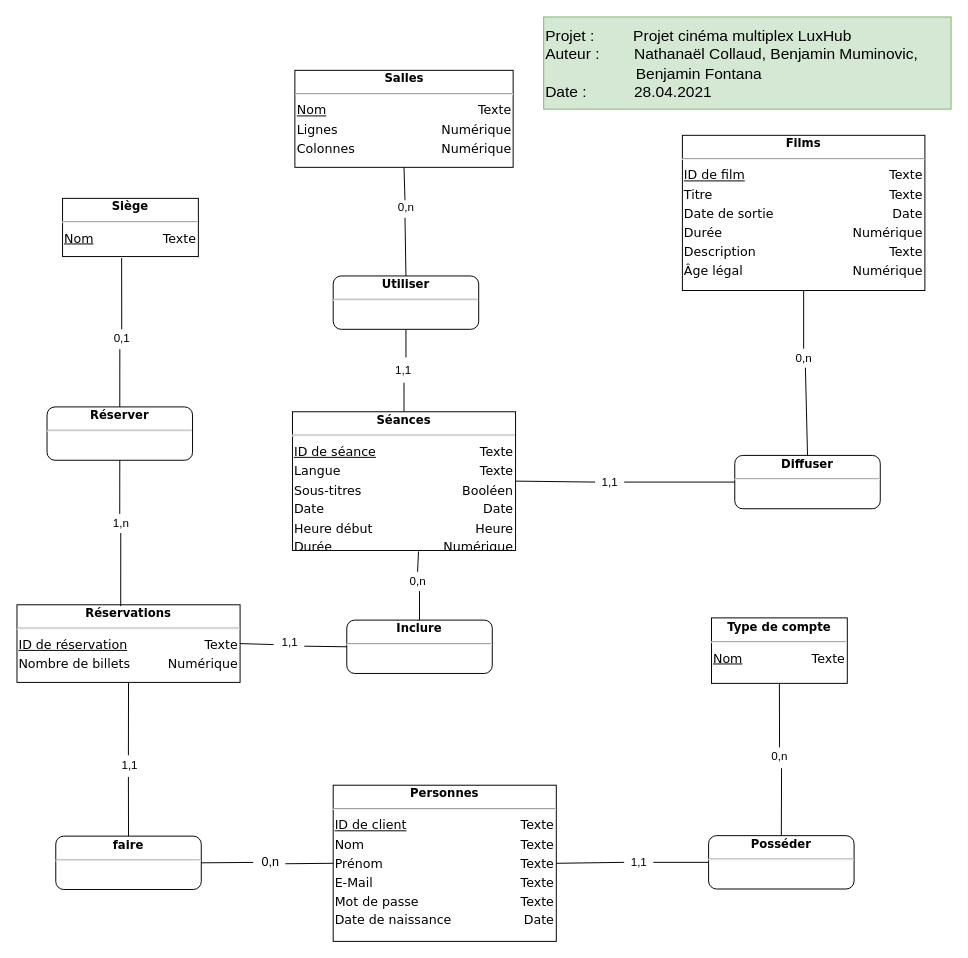
Above: doc/MCD/MCD.drawio in benjaminMum/LuxHub (draw.io), before the change. Source tidied: cells renumbered, new cells numbered last; positions are measured from the earlier drawing's top-left corner, leaving out a move shared by most shapes. Both pictures are drawn from the tidied source at 97%, with x=0, y=0 at pixel (16, 16).
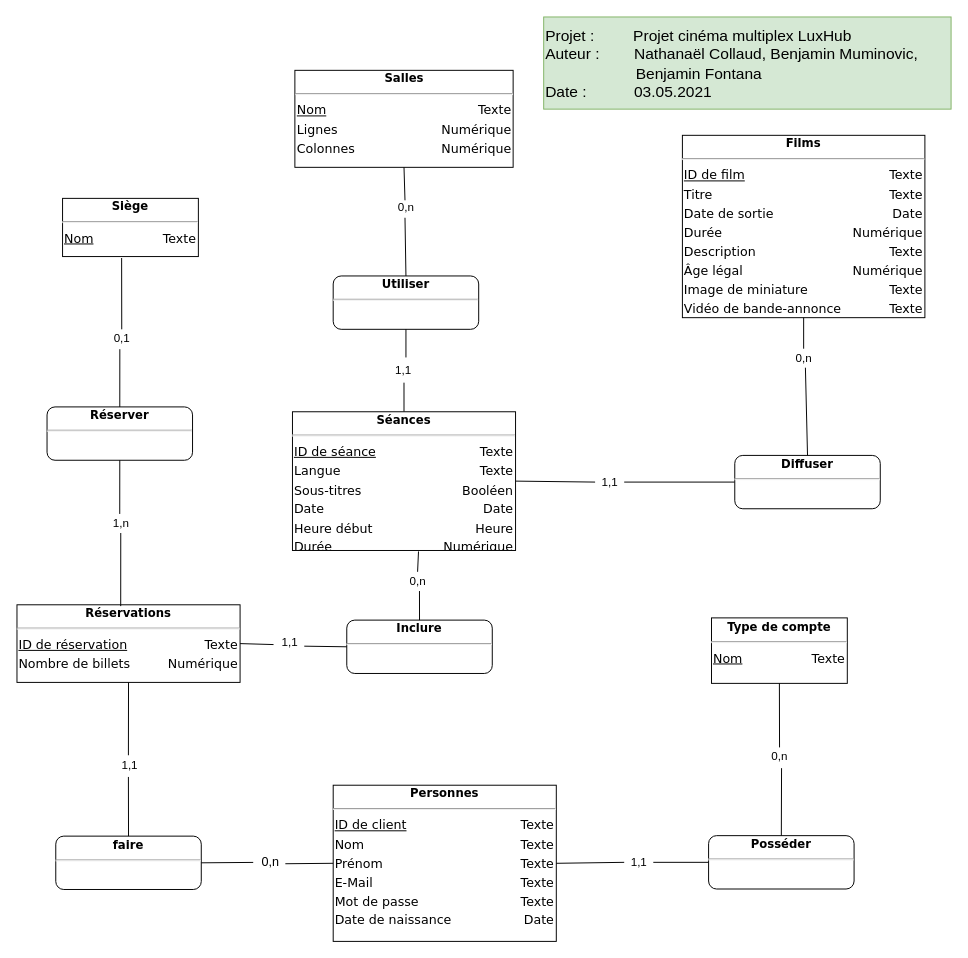
Above is the later version.

Change to the diagram source:
```diff
@@
-    <mxCell id="2" value="Projet :&amp;nbsp; &amp;nbsp; &amp;nbsp; &amp;nbsp; &amp;nbsp;Projet cinéma multiplex LuxHub&lt;br&gt;&lt;span style=&quot;text-align: center&quot;&gt;Auteur :&amp;nbsp; &amp;nbsp; &amp;nbsp; &amp;nbsp; Nathanaël Collaud, Benjamin Muminovic,&amp;nbsp; &amp;nbsp; &amp;nbsp; &amp;nbsp; &amp;nbsp; &amp;nbsp; &amp;nbsp; &amp;nbsp; &amp;nbsp; &amp;nbsp; &amp;nbsp; &amp;nbsp; &amp;nbsp; &amp;nbsp; &amp;nbsp;Benjamin Fontana&lt;/span&gt;&lt;br&gt;&lt;div&gt;Date :&amp;nbsp; &amp;nbsp; &amp;nbsp; &amp;nbsp; &amp;nbsp; &amp;nbsp;28.04.2021&lt;/div&gt;" style="rounded=0;whiteSpace=wrap;html=1;labelBackgroundColor=none;strokeColor=#82b366;fontSize=16;align=left;fillColor=#d5e8d4;" parent="1" vertex="1">
+    <mxCell id="2" value="Projet :&amp;nbsp; &amp;nbsp; &amp;nbsp; &amp;nbsp; &amp;nbsp;Projet cinéma multiplex LuxHub&lt;br&gt;&lt;span style=&quot;text-align: center&quot;&gt;Auteur :&amp;nbsp; &amp;nbsp; &amp;nbsp; &amp;nbsp; Nathanaël Collaud, Benjamin Muminovic,&amp;nbsp; &amp;nbsp; &amp;nbsp; &amp;nbsp; &amp;nbsp; &amp;nbsp; &amp;nbsp; &amp;nbsp; &amp;nbsp; &amp;nbsp; &amp;nbsp; &amp;nbsp; &amp;nbsp; &amp;nbsp; &amp;nbsp;Benjamin Fontana&lt;/span&gt;&lt;br&gt;&lt;div&gt;Date :&amp;nbsp; &amp;nbsp; &amp;nbsp; &amp;nbsp; &amp;nbsp; &amp;nbsp;03.05.2021&lt;/div&gt;" style="rounded=0;whiteSpace=wrap;html=1;labelBackgroundColor=none;strokeColor=#82b366;fontSize=16;align=left;fillColor=#d5e8d4;" parent="1" vertex="1">
       <mxGeometry x="543" width="420" height="95" as="geometry" />
     </mxCell>
@@
-    <mxCell id="8" value="&lt;div style=&quot;box-sizing: border-box ; width: 100% ; padding: 2px&quot;&gt;&lt;span style=&quot;background-color: rgb(255 , 255 , 255)&quot;&gt;&lt;b&gt;Films&lt;/b&gt;&lt;/span&gt;&lt;/div&gt;&lt;hr&gt;&lt;table style=&quot;width: 100% ; font-size: 1em&quot; cellpadding=&quot;2&quot; cellspacing=&quot;0&quot;&gt;&lt;tbody style=&quot;font-size: 13px&quot;&gt;&lt;tr&gt;&lt;td style=&quot;text-align: left&quot;&gt;&lt;u&gt;ID de film&lt;/u&gt;&lt;/td&gt;&lt;td style=&quot;text-align: right&quot;&gt;Texte&lt;/td&gt;&lt;/tr&gt;&lt;tr&gt;&lt;td style=&quot;text-align: left&quot;&gt;Titre&lt;/td&gt;&lt;td style=&quot;text-align: right&quot;&gt;Texte&lt;/td&gt;&lt;/tr&gt;&lt;tr&gt;&lt;td style=&quot;text-align: left&quot;&gt;Date de sortie&lt;/td&gt;&lt;td style=&quot;text-align: right&quot;&gt;Date&lt;/td&gt;&lt;/tr&gt;&lt;tr&gt;&lt;td style=&quot;text-align: left&quot;&gt;Durée&lt;/td&gt;&lt;td style=&quot;text-align: right&quot;&gt;Numérique&lt;/td&gt;&lt;/tr&gt;&lt;tr&gt;&lt;td style=&quot;text-align: left&quot;&gt;Description&lt;/td&gt;&lt;td style=&quot;text-align: right&quot;&gt;Texte&lt;/td&gt;&lt;/tr&gt;&lt;tr&gt;&lt;td style=&quot;text-align: left&quot;&gt;Âge légal&lt;/td&gt;&lt;td style=&quot;text-align: right&quot;&gt;Numérique&lt;/td&gt;&lt;/tr&gt;&lt;/tbody&gt;&lt;/table&gt;" style="verticalAlign=top;align=center;overflow=fill;html=1;rounded=0;shadow=0;comic=0;labelBackgroundColor=none;strokeColor=#000000;strokeWidth=1;fillColor=#ffffff;fontFamily=Verdana;fontSize=12;fontColor=#000000;" parent="1" vertex="1">
-      <mxGeometry x="686" y="122" width="250" height="160" as="geometry" />
+    <mxCell id="8" value="&lt;div style=&quot;box-sizing: border-box ; width: 100% ; padding: 2px&quot;&gt;&lt;span style=&quot;background-color: rgb(255 , 255 , 255)&quot;&gt;&lt;b&gt;Films&lt;/b&gt;&lt;/span&gt;&lt;/div&gt;&lt;hr&gt;&lt;table style=&quot;width: 100% ; font-size: 1em&quot; cellpadding=&quot;2&quot; cellspacing=&quot;0&quot;&gt;&lt;tbody style=&quot;font-size: 13px&quot;&gt;&lt;tr&gt;&lt;td style=&quot;text-align: left&quot;&gt;&lt;u&gt;ID de film&lt;/u&gt;&lt;/td&gt;&lt;td style=&quot;text-align: right&quot;&gt;Texte&lt;/td&gt;&lt;/tr&gt;&lt;tr&gt;&lt;td style=&quot;text-align: left&quot;&gt;Titre&lt;/td&gt;&lt;td style=&quot;text-align: right&quot;&gt;Texte&lt;/td&gt;&lt;/tr&gt;&lt;tr&gt;&lt;td style=&quot;text-align: left&quot;&gt;Date de sortie&lt;/td&gt;&lt;td style=&quot;text-align: right&quot;&gt;Date&lt;/td&gt;&lt;/tr&gt;&lt;tr&gt;&lt;td style=&quot;text-align: left&quot;&gt;Durée&lt;/td&gt;&lt;td style=&quot;text-align: right&quot;&gt;Numérique&lt;/td&gt;&lt;/tr&gt;&lt;tr&gt;&lt;td style=&quot;text-align: left&quot;&gt;Description&lt;/td&gt;&lt;td style=&quot;text-align: right&quot;&gt;Texte&lt;/td&gt;&lt;/tr&gt;&lt;tr&gt;&lt;td style=&quot;text-align: left&quot;&gt;Âge légal&lt;/td&gt;&lt;td style=&quot;text-align: right&quot;&gt;Numérique&lt;/td&gt;&lt;/tr&gt;&lt;tr&gt;&lt;td style=&quot;text-align: left&quot;&gt;Image de miniature&lt;/td&gt;&lt;td style=&quot;text-align: right&quot;&gt;Texte&lt;/td&gt;&lt;/tr&gt;&lt;tr&gt;&lt;td style=&quot;text-align: left&quot;&gt;Vidéo de bande-annonce&lt;/td&gt;&lt;td style=&quot;text-align: right&quot;&gt;Texte&lt;/td&gt;&lt;/tr&gt;&lt;/tbody&gt;&lt;/table&gt;" style="verticalAlign=top;align=center;overflow=fill;html=1;rounded=0;shadow=0;comic=0;labelBackgroundColor=none;strokeColor=#000000;strokeWidth=1;fillColor=#ffffff;fontFamily=Verdana;fontSize=12;fontColor=#000000;" parent="1" vertex="1">
+      <mxGeometry x="686" y="122" width="250" height="188" as="geometry" />
     </mxCell>
```
